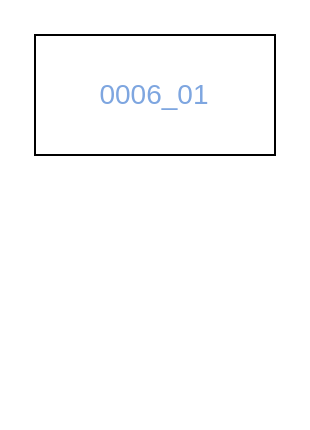
This is page "第 1 页" (2 of 2) of TagTaskRelationship.drawio from Saiable/drawio, a draw.io file, before an edit. Source tidied: cells renumbered, new cells numbered last; positions are measured from the earlier drawing's top-left corner, leaving out a move shared by most shapes. Both pictures are drawn from the tidied source at 200%, with x=0, y=0 at pixel (34, 34).
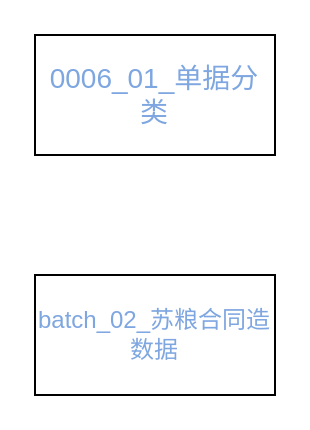
The same diagram, later.

The edit, as a diff of the source:
```diff
@@
 <mxGraphModel>
   <root>
     <mxCell id="0" />
     <mxCell id="1" parent="0" />
-    <mxCell id="2" value="&lt;font style=&quot;font-size: 14px;&quot;&gt;0006_01&lt;/font&gt;" style="rounded=0;whiteSpace=wrap;html=1;fontColor=#7EA6E0;" parent="1" vertex="1">
+    <mxCell id="2" value="&lt;font style=&quot;font-size: 14px;&quot;&gt;0006_01_单据分类&lt;/font&gt;" style="rounded=0;whiteSpace=wrap;html=1;fontColor=#7EA6E0;" parent="1" vertex="1">
       <mxGeometry width="120" height="60" as="geometry" />
     </mxCell>
+    <mxCell id="3" value="batch_02_苏粮合同造数据" style="rounded=0;whiteSpace=wrap;html=1;fontColor=#7EA6E0;" parent="1" vertex="1">
+      <mxGeometry y="120" width="120" height="60" as="geometry" />
+    </mxCell>
   </root>
 </mxGraphModel>
```
